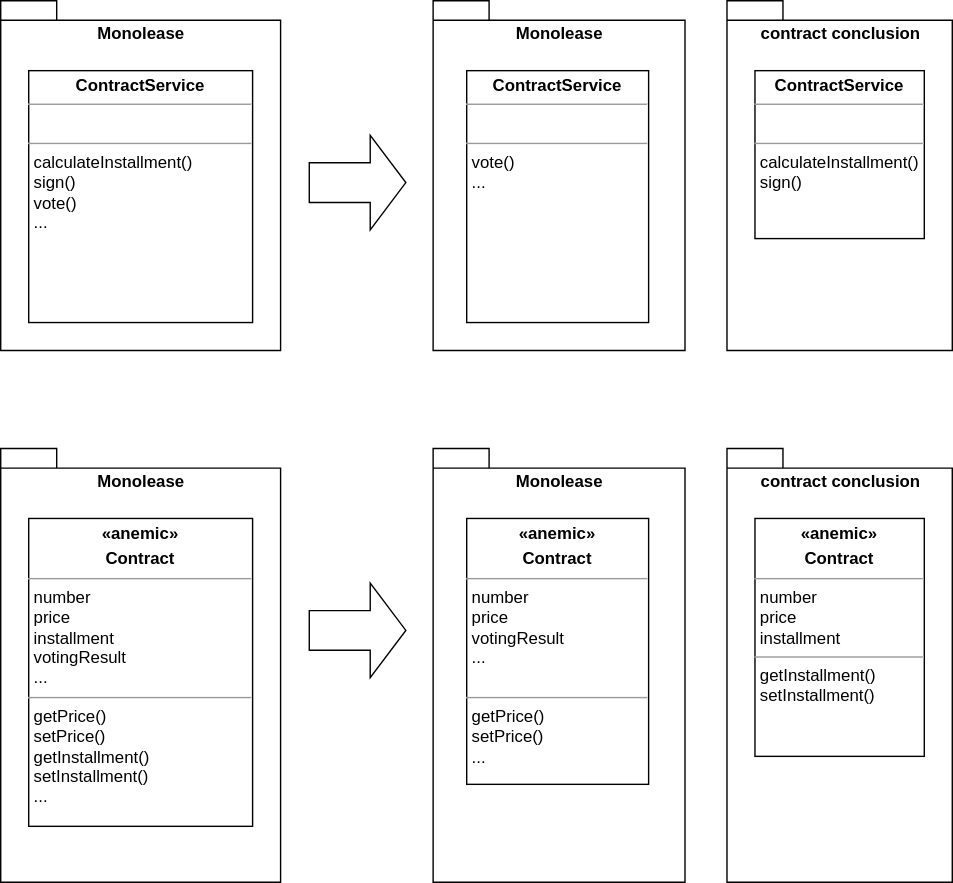
hschwentner/hschwentner.io keeps this draw.io diagram as images/domain-driven-refactorings/tactical-for-strategic/extract-specialized-anemic-entity.drawio.svg. Above is the earlier version. Source tidied: cells renumbered, new cells last; positions are measured from the earlier drawing's top-left corner, leaving out a move shared by most shapes.
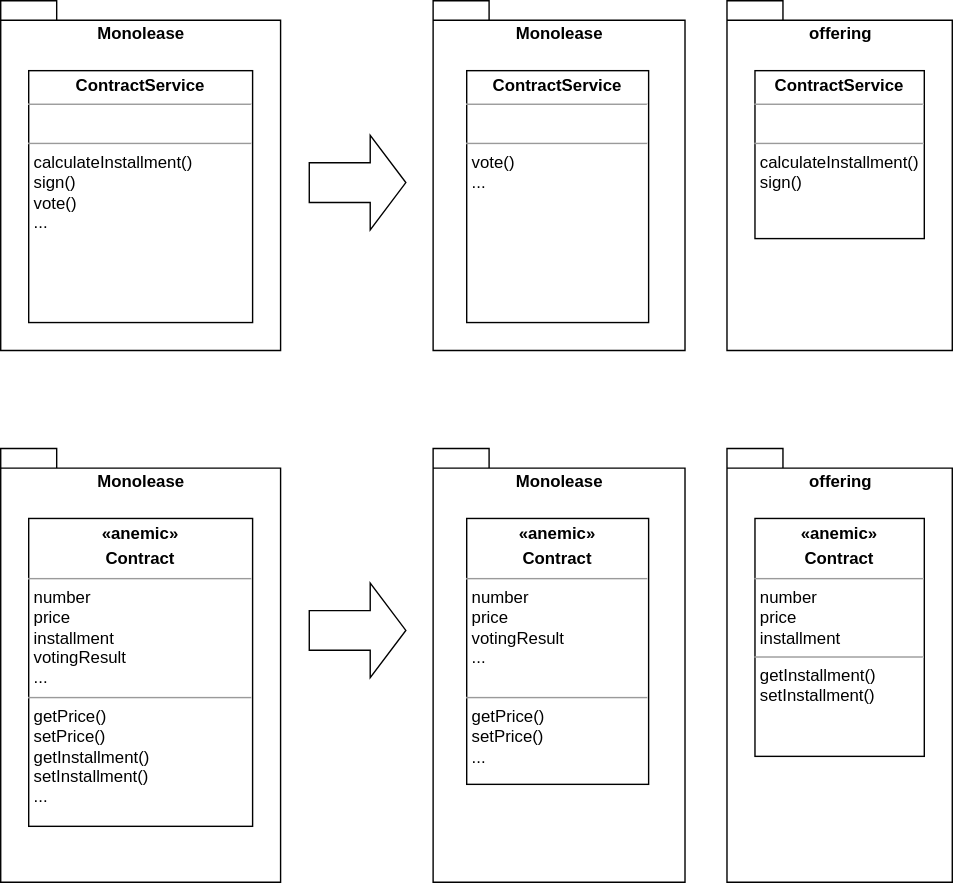
The same file after the commit.

Commit message:
Change bounded context name from "contract conclusion" to "offering"

Diff of the diagram source:
```diff
@@ -11,7 +11,7 @@
     <mxCell id="4" value="Monolease" style="shape=folder;fontStyle=1;spacingTop=10;tabWidth=40;tabHeight=14;tabPosition=left;html=1;verticalAlign=top;" parent="1" vertex="1">
       <mxGeometry x="309" width="180" height="250" as="geometry" />
     </mxCell>
-    <mxCell id="5" value="contract conclusion" style="shape=folder;fontStyle=1;spacingTop=10;tabWidth=40;tabHeight=14;tabPosition=left;html=1;verticalAlign=top;" parent="1" vertex="1">
+    <mxCell id="5" value="offering" style="shape=folder;fontStyle=1;spacingTop=10;tabWidth=40;tabHeight=14;tabPosition=left;html=1;verticalAlign=top;" parent="1" vertex="1">
       <mxGeometry x="519" width="161" height="250" as="geometry" />
     </mxCell>
     <mxCell id="6" value="&lt;p style=&quot;margin: 0px ; margin-top: 4px ; text-align: center&quot;&gt;&lt;b&gt;ContractService&lt;/b&gt;&lt;/p&gt;&lt;hr size=&quot;1&quot;&gt;&lt;p style=&quot;margin: 0px ; margin-left: 4px&quot;&gt;&lt;br&gt;&lt;/p&gt;&lt;hr size=&quot;1&quot;&gt;&lt;p style=&quot;margin: 0px ; margin-left: 4px&quot;&gt;&lt;span&gt;vote()&lt;/span&gt;&lt;br&gt;&lt;/p&gt;&lt;p style=&quot;margin: 0px ; margin-left: 4px&quot;&gt;...&lt;/p&gt;" style="verticalAlign=top;align=left;overflow=fill;fontSize=12;fontFamily=Helvetica;html=1;" parent="1" vertex="1">
@@ -35,7 +35,7 @@
     <mxCell id="11" value="Monolease" style="shape=folder;fontStyle=1;spacingTop=10;tabWidth=40;tabHeight=14;tabPosition=left;html=1;verticalAlign=top;" parent="1" vertex="1">
       <mxGeometry x="309" y="320" width="180" height="310" as="geometry" />
     </mxCell>
-    <mxCell id="12" value="contract conclusion" style="shape=folder;fontStyle=1;spacingTop=10;tabWidth=40;tabHeight=14;tabPosition=left;html=1;verticalAlign=top;" parent="1" vertex="1">
+    <mxCell id="12" value="offering" style="shape=folder;fontStyle=1;spacingTop=10;tabWidth=40;tabHeight=14;tabPosition=left;html=1;verticalAlign=top;" parent="1" vertex="1">
       <mxGeometry x="519" y="320" width="161" height="310" as="geometry" />
     </mxCell>
     <mxCell id="13" value="&lt;p style=&quot;margin: 0px ; margin-top: 4px ; text-align: center&quot;&gt;&lt;b&gt;«anemic»&lt;/b&gt;&lt;b&gt;&lt;br&gt;&lt;/b&gt;&lt;/p&gt;&lt;p style=&quot;margin: 0px ; margin-top: 4px ; text-align: center&quot;&gt;&lt;b&gt;Contract&lt;/b&gt;&lt;/p&gt;&lt;hr size=&quot;1&quot;&gt;&lt;p style=&quot;margin: 0px ; margin-left: 4px&quot;&gt;number&lt;/p&gt;&lt;p style=&quot;margin: 0px ; margin-left: 4px&quot;&gt;price&lt;/p&gt;&lt;p style=&quot;margin: 0px ; margin-left: 4px&quot;&gt;votingResult&lt;/p&gt;&lt;p style=&quot;margin: 0px ; margin-left: 4px&quot;&gt;...&lt;/p&gt;&lt;p style=&quot;margin: 0px ; margin-left: 4px&quot;&gt;&lt;br&gt;&lt;/p&gt;&lt;hr size=&quot;1&quot;&gt;&lt;p style=&quot;margin: 0px 0px 0px 4px&quot;&gt;getPrice()&lt;br&gt;&lt;/p&gt;&lt;p style=&quot;margin: 0px 0px 0px 4px&quot;&gt;setPrice()&lt;/p&gt;&lt;p style=&quot;margin: 0px ; margin-left: 4px&quot;&gt;&lt;span&gt;...&lt;/span&gt;&lt;br&gt;&lt;/p&gt;" style="verticalAlign=top;align=left;overflow=fill;fontSize=12;fontFamily=Helvetica;html=1;" parent="1" vertex="1">
```
